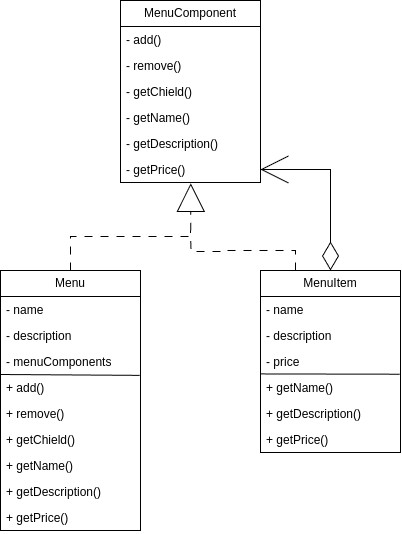
This is design_patterns/compositePattern/src/main/resources/docs/composite.drawio.png from Otavio-CB/bertoti, a draw.io export, as it was before one commit. Source tidied: cells renumbered, new cells last; positions are measured from the earlier drawing's top-left corner, leaving out a move shared by most shapes.
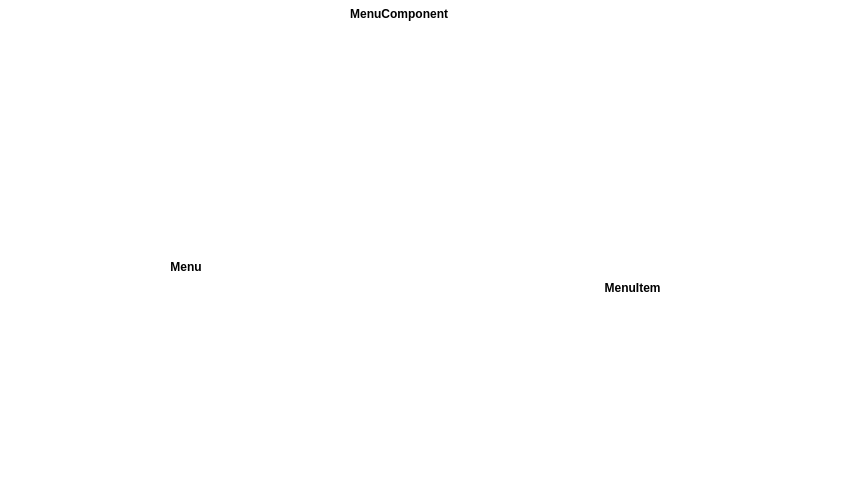
The same diagram one commit later.

What changed in the source:
```diff
@@ -2,98 +2,111 @@
   <root>
     <mxCell id="0" />
     <mxCell id="1" parent="0" />
-    <mxCell id="2" value="MenuComponent" style="swimlane;fontStyle=0;horizontal=1;startSize=26;fillColor=none;whiteSpace=wrap;html=1;" parent="1" vertex="1">
-      <mxGeometry x="120" width="140" height="182" as="geometry" />
+    <mxCell id="2" value="MenuComponent" style="swimlane;fontStyle=1;align=center;verticalAlign=top;horizontal=1;startSize=22.941176470588236;fontColor=#000000;strokeColor=#ffffff;" parent="1" vertex="1">
+      <mxGeometry x="383" y="120" width="372" height="195" as="geometry" />
     </mxCell>
-    <mxCell id="3" value="- add()" style="text;strokeColor=none;fillColor=none;align=left;verticalAlign=top;spacingLeft=4;spacingRight=4;overflow=hidden;whiteSpace=wrap;html=1;" parent="2" vertex="1">
-      <mxGeometry y="26" width="140" height="26" as="geometry" />
-    </mxCell>
-    <mxCell id="4" value="- remove()" style="text;strokeColor=none;fillColor=none;align=left;verticalAlign=top;spacingLeft=4;spacingRight=4;overflow=hidden;whiteSpace=wrap;html=1;" parent="2" vertex="1">
-      <mxGeometry y="52" width="140" height="26" as="geometry" />
-    </mxCell>
-    <mxCell id="5" value="- getChield()" style="text;strokeColor=none;fillColor=none;align=left;verticalAlign=top;spacingLeft=4;spacingRight=4;overflow=hidden;whiteSpace=wrap;html=1;" parent="2" vertex="1">
-      <mxGeometry y="78" width="140" height="26" as="geometry" />
-    </mxCell>
-    <mxCell id="6" value="- getName()" style="text;strokeColor=none;fillColor=none;align=left;verticalAlign=top;spacingLeft=4;spacingRight=4;overflow=hidden;whiteSpace=wrap;html=1;" parent="2" vertex="1">
-      <mxGeometry y="104" width="140" height="26" as="geometry" />
-    </mxCell>
-    <mxCell id="7" value="- getDescription()" style="text;strokeColor=none;fillColor=none;align=left;verticalAlign=top;spacingLeft=4;spacingRight=4;overflow=hidden;whiteSpace=wrap;html=1;" parent="2" vertex="1">
-      <mxGeometry y="130" width="140" height="26" as="geometry" />
-    </mxCell>
-    <mxCell id="8" value="- getPrice()" style="text;strokeColor=none;fillColor=none;align=left;verticalAlign=top;spacingLeft=4;spacingRight=4;overflow=hidden;points=[[0,0.5],[1,0.5]];portConstraint=eastwest;whiteSpace=wrap;html=1;" parent="2" vertex="1">
-      <mxGeometry y="156" width="140" height="26" as="geometry" />
-    </mxCell>
+    <mxCell id="31" style="line;strokeWidth=1;fillColor=none;align=left;verticalAlign=middle;spacingTop=-1;spacingLeft=3;spacingRight=3;labelPosition=right;strokeColor=inherit;fontColor=#ffffff;" parent="2" vertex="1">
+      <mxGeometry y="22.9" width="372" height="8" as="geometry" />
+    </mxCell>
+    <mxCell id="32" value="+void add(MenuComponent menuComponent)" style="text;strokeColor=none;fillColor=none;align=left;verticalAlign=top;spacingLeft=4;spacingRight=4;overflow=hidden;fontColor=#ffffff;" parent="2" vertex="1">
+      <mxGeometry y="30.9" width="372" height="23" as="geometry" />
+    </mxCell>
+    <mxCell id="33" value="+void remove(MenuComponent menuComponent)" style="text;strokeColor=none;fillColor=none;align=left;verticalAlign=top;spacingLeft=4;spacingRight=4;overflow=hidden;fontColor=#ffffff;" parent="2" vertex="1">
+      <mxGeometry y="53.9" width="372" height="23" as="geometry" />
+    </mxCell>
+    <mxCell id="34" style="text;strokeColor=#ffffff;fillColor=default;align=left;verticalAlign=top;spacingLeft=4;spacingRight=4;overflow=hidden;fontColor=#ffffff;strokeWidth=1;" parent="2" vertex="1">
+      <mxGeometry y="76.9" width="372" height="3.1" as="geometry" />
+    </mxCell>
+    <mxCell id="35" value="+MenuComponent getChild(int i)" style="text;strokeColor=none;fillColor=none;align=left;verticalAlign=top;spacingLeft=4;spacingRight=4;overflow=hidden;fontColor=#ffffff;" parent="2" vertex="1">
+      <mxGeometry y="80" width="372" height="23" as="geometry" />
+    </mxCell>
+    <mxCell id="36" value="+String getName()" style="text;strokeColor=none;fillColor=none;align=left;verticalAlign=top;spacingLeft=4;spacingRight=4;overflow=hidden;fontColor=#ffffff;" parent="2" vertex="1">
+      <mxGeometry y="103" width="372" height="23" as="geometry" />
+    </mxCell>
+    <mxCell id="37" value="+String getDescription()" style="text;strokeColor=none;fillColor=none;align=left;verticalAlign=top;spacingLeft=4;spacingRight=4;overflow=hidden;fontColor=#ffffff;" parent="2" vertex="1">
+      <mxGeometry y="126" width="372" height="23" as="geometry" />
+    </mxCell>
+    <mxCell id="38" value="+double getPrice()" style="text;strokeColor=none;fillColor=none;align=left;verticalAlign=top;spacingLeft=4;spacingRight=4;overflow=hidden;fontColor=#ffffff;" parent="2" vertex="1">
+      <mxGeometry y="149" width="372" height="23" as="geometry" />
+    </mxCell>
+    <mxCell id="39" value="+void print()" style="text;strokeColor=none;fillColor=none;align=left;verticalAlign=top;spacingLeft=4;spacingRight=4;overflow=hidden;points=[[0,0.5],[1,0.5]];portConstraint=eastwest;fontColor=#ffffff;" parent="2" vertex="1">
+      <mxGeometry y="172" width="372" height="23" as="geometry" />
+    </mxCell>
-    <mxCell id="9" value="Menu" style="swimlane;fontStyle=0;horizontal=1;startSize=26;fillColor=none;whiteSpace=wrap;html=1;" parent="1" vertex="1">
-      <mxGeometry y="270" width="140" height="260" as="geometry" />
+    <mxCell id="9" value="Menu" style="swimlane;fontStyle=1;align=center;verticalAlign=top;horizontal=1;startSize=23.454545454545453;fontColor=#000000;strokeColor=#ffffff;" parent="1" vertex="1">
+      <mxGeometry x="170" y="373" width="372" height="238.5" as="geometry" />
     </mxCell>
-    <mxCell id="10" value="- name" style="text;strokeColor=none;fillColor=none;align=left;verticalAlign=top;spacingLeft=4;spacingRight=4;overflow=hidden;whiteSpace=wrap;html=1;" parent="9" vertex="1">
-      <mxGeometry y="26" width="140" height="26" as="geometry" />
-    </mxCell>
-    <mxCell id="11" value="- description" style="text;strokeColor=none;fillColor=none;align=left;verticalAlign=top;spacingLeft=4;spacingRight=4;overflow=hidden;whiteSpace=wrap;html=1;" parent="9" vertex="1">
-      <mxGeometry y="52" width="140" height="26" as="geometry" />
-    </mxCell>
-    <mxCell id="12" value="- menuComponents" style="text;strokeColor=none;fillColor=none;align=left;verticalAlign=top;spacingLeft=4;spacingRight=4;overflow=hidden;whiteSpace=wrap;html=1;" parent="9" vertex="1">
-      <mxGeometry y="78" width="140" height="26" as="geometry" />
-    </mxCell>
-    <mxCell id="13" style="endArrow=none;html=1;rounded=0;entryX=0.995;entryY=0.033;entryDx=0;entryDy=0;entryPerimeter=0;" parent="9" edge="1" target="14">
-      <mxGeometry relative="1" as="geometry">
-        <mxPoint y="104" as="sourcePoint" />
-      </mxGeometry>
-    </mxCell>
-    <mxCell id="14" value="+ add()" style="text;strokeColor=none;fillColor=none;align=left;verticalAlign=top;spacingLeft=4;spacingRight=4;overflow=hidden;points=[[0,0.5],[1,0.5]];portConstraint=eastwest;whiteSpace=wrap;html=1;" parent="9" vertex="1">
-      <mxGeometry y="104" width="140" height="26" as="geometry" />
-    </mxCell>
-    <mxCell id="15" value="+ remove()" style="text;strokeColor=none;fillColor=none;align=left;verticalAlign=top;spacingLeft=4;spacingRight=4;overflow=hidden;whiteSpace=wrap;html=1;" parent="9" vertex="1">
-      <mxGeometry y="130" width="140" height="26" as="geometry" />
-    </mxCell>
-    <mxCell id="16" value="+ getChield()" style="text;strokeColor=none;fillColor=none;align=left;verticalAlign=top;spacingLeft=4;spacingRight=4;overflow=hidden;whiteSpace=wrap;html=1;" parent="9" vertex="1">
-      <mxGeometry y="156" width="140" height="26" as="geometry" />
-    </mxCell>
-    <mxCell id="17" value="+ getName()" style="text;strokeColor=none;fillColor=none;align=left;verticalAlign=top;spacingLeft=4;spacingRight=4;overflow=hidden;whiteSpace=wrap;html=1;" parent="9" vertex="1">
-      <mxGeometry y="182" width="140" height="26" as="geometry" />
-    </mxCell>
-    <mxCell id="18" value="+ getDescription()" style="text;strokeColor=none;fillColor=none;align=left;verticalAlign=top;spacingLeft=4;spacingRight=4;overflow=hidden;whiteSpace=wrap;html=1;" parent="9" vertex="1">
-      <mxGeometry y="208" width="140" height="26" as="geometry" />
-    </mxCell>
-    <mxCell id="19" value="+ getPrice()" style="text;strokeColor=none;fillColor=none;align=left;verticalAlign=top;spacingLeft=4;spacingRight=4;overflow=hidden;whiteSpace=wrap;html=1;" parent="9" vertex="1">
-      <mxGeometry y="234" width="140" height="26" as="geometry" />
-    </mxCell>
-    <mxCell id="20" style="edgeStyle=orthogonalEdgeStyle;rounded=0;jettySize=auto;html=1;exitX=0.5;exitY=0;exitDx=0;exitDy=0;entryX=1;entryY=0.5;entryDx=0;entryDy=0;startArrow=diamondThin;startFill=0;endSize=26;startSize=26;endArrow=open;endFill=0;" parent="1" edge="1" source="22" target="8">
-      <mxGeometry relative="1" as="geometry" />
-    </mxCell>
-    <mxCell id="21" style="edgeStyle=orthogonalEdgeStyle;rounded=0;jettySize=auto;html=1;exitX=0.25;exitY=0;exitDx=0;exitDy=0;dashed=1;dashPattern=8 8;endArrow=none;endFill=0;" parent="1" edge="1" source="22">
-      <mxGeometry relative="1" as="geometry">
-        <mxPoint x="190" y="230" as="targetPoint" />
-      </mxGeometry>
-    </mxCell>
+    <mxCell id="40" value="-String name" style="text;strokeColor=none;fillColor=none;align=left;verticalAlign=top;spacingLeft=4;spacingRight=4;overflow=hidden;fontColor=#ffffff;" parent="9" vertex="1">
+      <mxGeometry y="23.5" width="372" height="23" as="geometry" />
+    </mxCell>
+    <mxCell id="41" value="-String description" style="text;strokeColor=none;fillColor=none;align=left;verticalAlign=top;spacingLeft=4;spacingRight=4;overflow=hidden;fontColor=#ffffff;" parent="9" vertex="1">
+      <mxGeometry y="46.5" width="372" height="23" as="geometry" />
+    </mxCell>
+    <mxCell id="42" value="-ArrayList&lt;MenuComponent&gt; menuComponents" style="text;strokeColor=none;fillColor=none;align=left;verticalAlign=top;spacingLeft=4;spacingRight=4;overflow=hidden;fontColor=#ffffff;" parent="9" vertex="1">
+      <mxGeometry y="69.5" width="372" height="23" as="geometry" />
+    </mxCell>
+    <mxCell id="43" style="line;strokeWidth=1;fillColor=#ffe6cc;align=left;verticalAlign=middle;spacingTop=-1;spacingLeft=3;spacingRight=3;labelPosition=right;strokeColor=#ffffff;labelBackgroundColor=#000000;" parent="9" vertex="1">
+      <mxGeometry y="92.5" width="372" height="8" as="geometry" />
+    </mxCell>
+    <mxCell id="44" value="+Menu(String name, String description)" style="text;strokeColor=none;fillColor=none;align=left;verticalAlign=top;spacingLeft=4;spacingRight=4;overflow=hidden;fontColor=#ffffff;" parent="9" vertex="1">
+      <mxGeometry y="100.5" width="372" height="23" as="geometry" />
+    </mxCell>
+    <mxCell id="45" value="+void add(MenuComponent menuComponent)" style="text;strokeColor=none;fillColor=none;align=left;verticalAlign=top;spacingLeft=4;spacingRight=4;overflow=hidden;fontColor=#ffffff;" parent="9" vertex="1">
+      <mxGeometry y="123.5" width="372" height="23" as="geometry" />
+    </mxCell>
+    <mxCell id="46" value="+void remove(MenuComponent menuComponent)" style="text;strokeColor=none;fillColor=none;align=left;verticalAlign=top;spacingLeft=4;spacingRight=4;overflow=hidden;fontColor=#ffffff;" parent="9" vertex="1">
+      <mxGeometry y="146.5" width="372" height="23" as="geometry" />
+    </mxCell>
+    <mxCell id="47" value="+MenuComponent getChild(int i)" style="text;strokeColor=none;fillColor=none;align=left;verticalAlign=top;spacingLeft=4;spacingRight=4;overflow=hidden;fontColor=#ffffff;" parent="9" vertex="1">
+      <mxGeometry y="169.5" width="372" height="23" as="geometry" />
+    </mxCell>
+    <mxCell id="48" value="+String getName()" style="text;strokeColor=none;fillColor=none;align=left;verticalAlign=top;spacingLeft=4;spacingRight=4;overflow=hidden;fontColor=#ffffff;" parent="9" vertex="1">
+      <mxGeometry y="192.5" width="372" height="23" as="geometry" />
+    </mxCell>
+    <mxCell id="49" value="+String getDescription()" style="text;strokeColor=none;fillColor=none;align=left;verticalAlign=top;spacingLeft=4;spacingRight=4;overflow=hidden;fontColor=#ffffff;" parent="9" vertex="1">
+      <mxGeometry y="215.5" width="372" height="23" as="geometry" />
+    </mxCell>
-    <mxCell id="22" value="MenuItem" style="swimlane;fontStyle=0;horizontal=1;startSize=26;fillColor=none;whiteSpace=wrap;html=1;" parent="1" vertex="1">
-      <mxGeometry x="260" y="270" width="140" height="182" as="geometry" />
+    <mxCell id="22" value="MenuItem" style="swimlane;fontStyle=1;align=center;verticalAlign=top;horizontal=1;startSize=24;fontColor=#000000;strokeColor=#ffffff;" parent="1" vertex="1">
+      <mxGeometry x="592" y="394" width="421" height="224" as="geometry" />
     </mxCell>
-    <mxCell id="23" value="- name" style="text;strokeColor=none;fillColor=none;align=left;verticalAlign=top;spacingLeft=4;spacingRight=4;overflow=hidden;whiteSpace=wrap;html=1;" parent="22" vertex="1">
-      <mxGeometry y="26" width="140" height="26" as="geometry" />
-    </mxCell>
-    <mxCell id="24" value="- description" style="text;strokeColor=none;fillColor=none;align=left;verticalAlign=top;spacingLeft=4;spacingRight=4;overflow=hidden;whiteSpace=wrap;html=1;" parent="22" vertex="1">
-      <mxGeometry y="52" width="140" height="26" as="geometry" />
-    </mxCell>
-    <mxCell id="25" value="- price" style="text;strokeColor=none;fillColor=none;align=left;verticalAlign=top;spacingLeft=4;spacingRight=4;overflow=hidden;points=[[0,0.5],[1,0.5]];portConstraint=eastwest;whiteSpace=wrap;html=1;" parent="22" vertex="1">
-      <mxGeometry y="78" width="140" height="26" as="geometry" />
-    </mxCell>
-    <mxCell id="26" style="endArrow=none;html=1;rounded=0;entryX=0.995;entryY=0.989;entryDx=0;entryDy=0;entryPerimeter=0;" parent="22" edge="1" target="25">
-      <mxGeometry relative="1" as="geometry">
-        <mxPoint y="103.4" as="sourcePoint" />
-      </mxGeometry>
-    </mxCell>
-    <mxCell id="27" value="+ getName()" style="text;strokeColor=none;fillColor=none;align=left;verticalAlign=top;spacingLeft=4;spacingRight=4;overflow=hidden;whiteSpace=wrap;html=1;" parent="22" vertex="1">
-      <mxGeometry y="104" width="140" height="26" as="geometry" />
-    </mxCell>
-    <mxCell id="28" value="+ getDescription()" style="text;strokeColor=none;fillColor=none;align=left;verticalAlign=top;spacingLeft=4;spacingRight=4;overflow=hidden;whiteSpace=wrap;html=1;" parent="22" vertex="1">
-      <mxGeometry y="130" width="140" height="26" as="geometry" />
-    </mxCell>
-    <mxCell id="29" value="+ getPrice()" style="text;strokeColor=none;fillColor=none;align=left;verticalAlign=top;spacingLeft=4;spacingRight=4;overflow=hidden;whiteSpace=wrap;html=1;" parent="22" vertex="1">
-      <mxGeometry y="156" width="140" height="26" as="geometry" />
-    </mxCell>
-    <mxCell id="30" style="edgeStyle=orthogonalEdgeStyle;rounded=0;jettySize=auto;html=1;exitX=0.5;exitY=0;exitDx=0;exitDy=0;entryX=0.502;entryY=1.033;entryDx=0;entryDy=0;entryPerimeter=0;endArrow=block;endFill=0;endSize=26;dashed=1;dashPattern=8 8;" parent="1" edge="1" source="9" target="8">
-      <mxGeometry relative="1" as="geometry" />
-    </mxCell>
+    <mxCell id="50" value="-String name" style="text;strokeColor=none;fillColor=none;align=left;verticalAlign=top;spacingLeft=4;spacingRight=4;overflow=hidden;fontColor=#ffffff;" parent="22" vertex="1">
+      <mxGeometry y="24" width="421" height="24" as="geometry" />
+    </mxCell>
+    <mxCell id="51" value="-String description" style="text;strokeColor=none;fillColor=none;align=left;verticalAlign=top;spacingLeft=4;spacingRight=4;overflow=hidden;fontColor=#ffffff;" parent="22" vertex="1">
+      <mxGeometry y="48" width="421" height="24" as="geometry" />
+    </mxCell>
+    <mxCell id="52" value="-double price" style="text;strokeColor=none;fillColor=none;align=left;verticalAlign=top;spacingLeft=4;spacingRight=4;overflow=hidden;fontColor=#ffffff;" parent="22" vertex="1">
+      <mxGeometry y="72" width="421" height="24" as="geometry" />
+    </mxCell>
+    <mxCell id="53" style="line;strokeWidth=1;fillColor=#ffe6cc;align=left;verticalAlign=middle;spacingTop=-1;spacingLeft=3;spacingRight=3;labelPosition=right;strokeColor=#ffffff;" parent="22" vertex="1">
+      <mxGeometry y="96" width="421" height="8" as="geometry" />
+    </mxCell>
+    <mxCell id="54" value="+MenuItem(String name, String description, double price)" style="text;strokeColor=none;fillColor=none;align=left;verticalAlign=top;spacingLeft=4;spacingRight=4;overflow=hidden;fontColor=#ffffff;" parent="22" vertex="1">
+      <mxGeometry y="104" width="421" height="24" as="geometry" />
+    </mxCell>
+    <mxCell id="55" value="+String getName()" style="text;strokeColor=none;fillColor=none;align=left;verticalAlign=top;spacingLeft=4;spacingRight=4;overflow=hidden;fontColor=#ffffff;" parent="22" vertex="1">
+      <mxGeometry y="128" width="421" height="24" as="geometry" />
+    </mxCell>
+    <mxCell id="56" value="+String getDescription()" style="text;strokeColor=none;fillColor=none;align=left;verticalAlign=top;spacingLeft=4;spacingRight=4;overflow=hidden;fontColor=#ffffff;" parent="22" vertex="1">
+      <mxGeometry y="152" width="421" height="24" as="geometry" />
+    </mxCell>
+    <mxCell id="57" value="+double getPrice()" style="text;strokeColor=none;fillColor=none;align=left;verticalAlign=top;spacingLeft=4;spacingRight=4;overflow=hidden;fontColor=#ffffff;" parent="22" vertex="1">
+      <mxGeometry y="176" width="421" height="24" as="geometry" />
+    </mxCell>
+    <mxCell id="58" value="+void print()" style="text;strokeColor=none;fillColor=none;align=left;verticalAlign=top;spacingLeft=4;spacingRight=4;overflow=hidden;fontColor=#ffffff;" parent="22" vertex="1">
+      <mxGeometry y="200" width="421" height="24" as="geometry" />
+    </mxCell>
+    <mxCell id="59" style="curved=1;startArrow=open;startSize=23;startFill=0;endArrow=diamondThin;exitX=1;exitY=1;entryX=0.5;entryY=0;rounded=0;endFill=0;endSize=28;fontColor=#000000;labelBackgroundColor=#000000;strokeColor=#ffffff;" parent="1" edge="1" source="2" target="22">
+      <mxGeometry relative="1" as="geometry">
+        <Array as="points">
+          <mxPoint x="803" y="348" />
+        </Array>
+      </mxGeometry>
+    </mxCell>
+    <mxCell id="60" style="edgeStyle=orthogonalEdgeStyle;rounded=0;jettySize=auto;html=1;exitX=0.25;exitY=0;exitDx=0;exitDy=0;entryX=0.494;entryY=0.966;entryDx=0;entryDy=0;entryPerimeter=0;dashed=1;dashPattern=8 8;endArrow=block;endFill=0;endSize=16;fontColor=#000000;labelBackgroundColor=#000000;strokeColor=#ffffff;" parent="1" edge="1" source="22" target="39">
+      <mxGeometry relative="1" as="geometry" />
+    </mxCell>
+    <mxCell id="61" style="edgeStyle=orthogonalEdgeStyle;rounded=0;jettySize=auto;html=1;entryX=0.496;entryY=0.961;entryDx=0;entryDy=0;entryPerimeter=0;endArrow=block;endFill=0;endSize=16;dashed=1;strokeColor=#ffffff;dashPattern=8 8;" parent="1" edge="1" source="9" target="39">
+      <mxGeometry relative="1" as="geometry" />
+    </mxCell>
   </root>
 </mxGraphModel>
```
